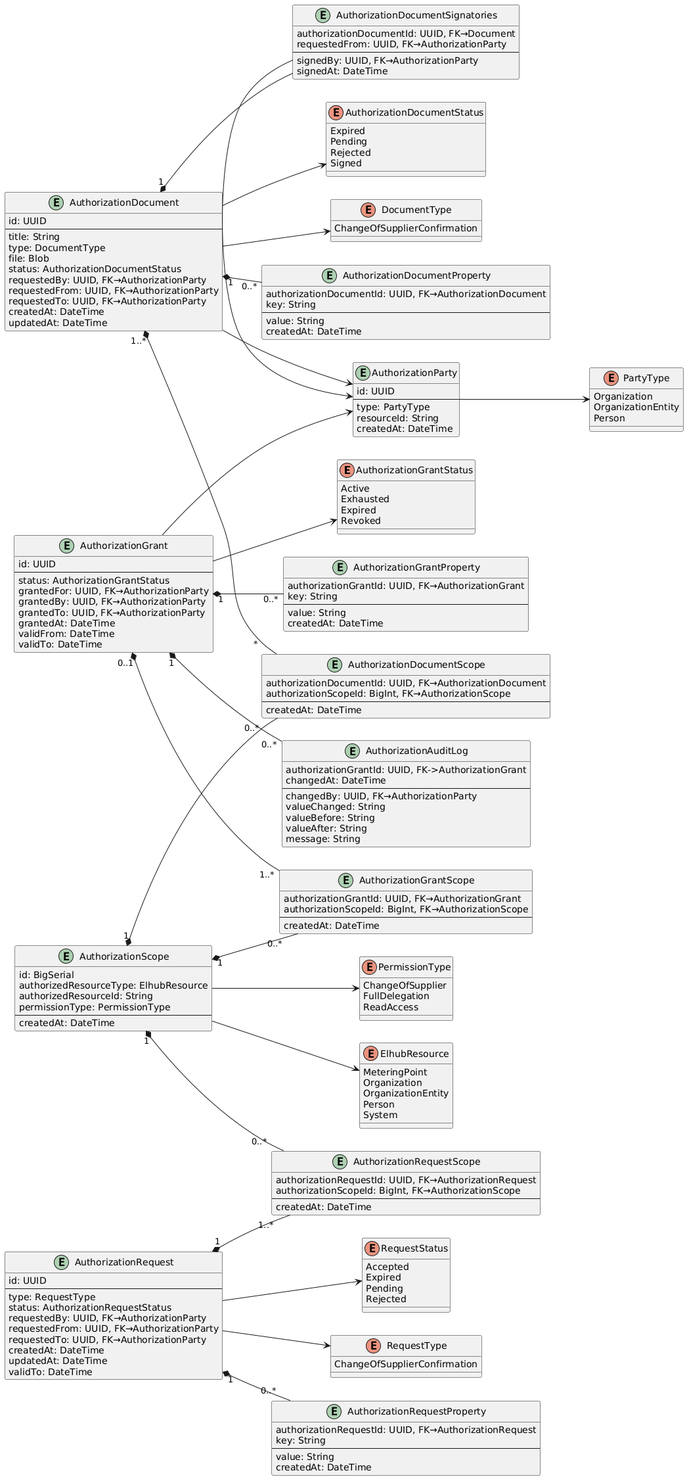
elhub/auth-grant-manager keeps this PlantUML diagram as docs/assets/datamodel.png. Above is the earlier version.
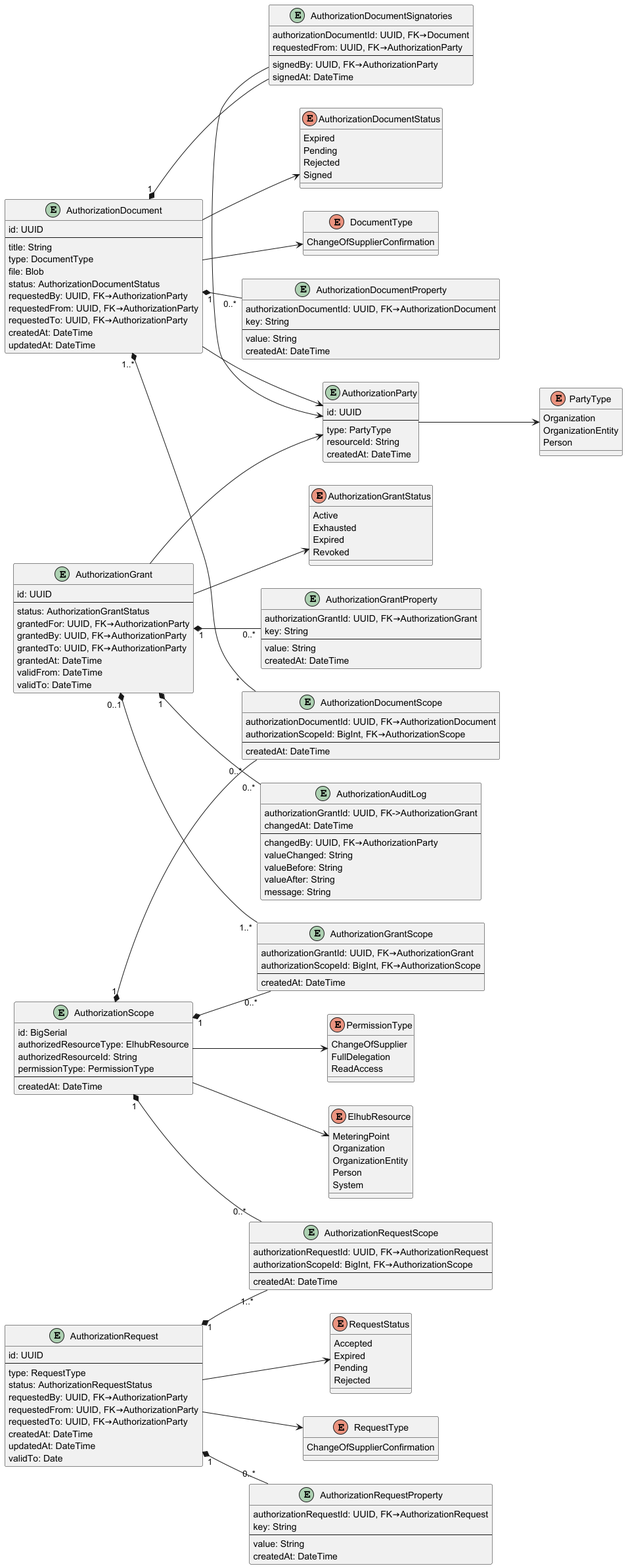
Later version of the same file.

Commit message:
validTo only contains date. Also update docs regarding this field for authorization request

Change to the diagram source:
```diff
@@ -92,7 +92,7 @@
   requestedTo: UUID, FK→AuthorizationParty   /' The party that is expected to respond to the request '/
   createdAt: DateTime
   updatedAt: DateTime
-  validTo: DateTime
+  validTo: Date
 }
 
 entity AuthorizationRequestProperty {
@@ -110,9 +110,9 @@
   type: DocumentType
   file: Blob
   status: AuthorizationDocumentStatus
-  requestedBy: UUID, FK→AuthorizationParty  /' The party that made the request '/
-  requestedFrom: UUID, FK→AuthorizationParty /' The party that the request is made to '/
-  requestedTo: UUID, FK→AuthorizationParty   /' The party that is expected to respond to the request '/
+  requestedBy: UUID, FK→AuthorizationParty  /' The party that requested the document '/
+  requestedFrom: UUID, FK→AuthorizationParty /' The party that the document is issued for '/
+  requestedTo: UUID, FK→AuthorizationParty   /' The party that is expected to sign the document '/
   createdAt: DateTime
   updatedAt: DateTime
 }
```
